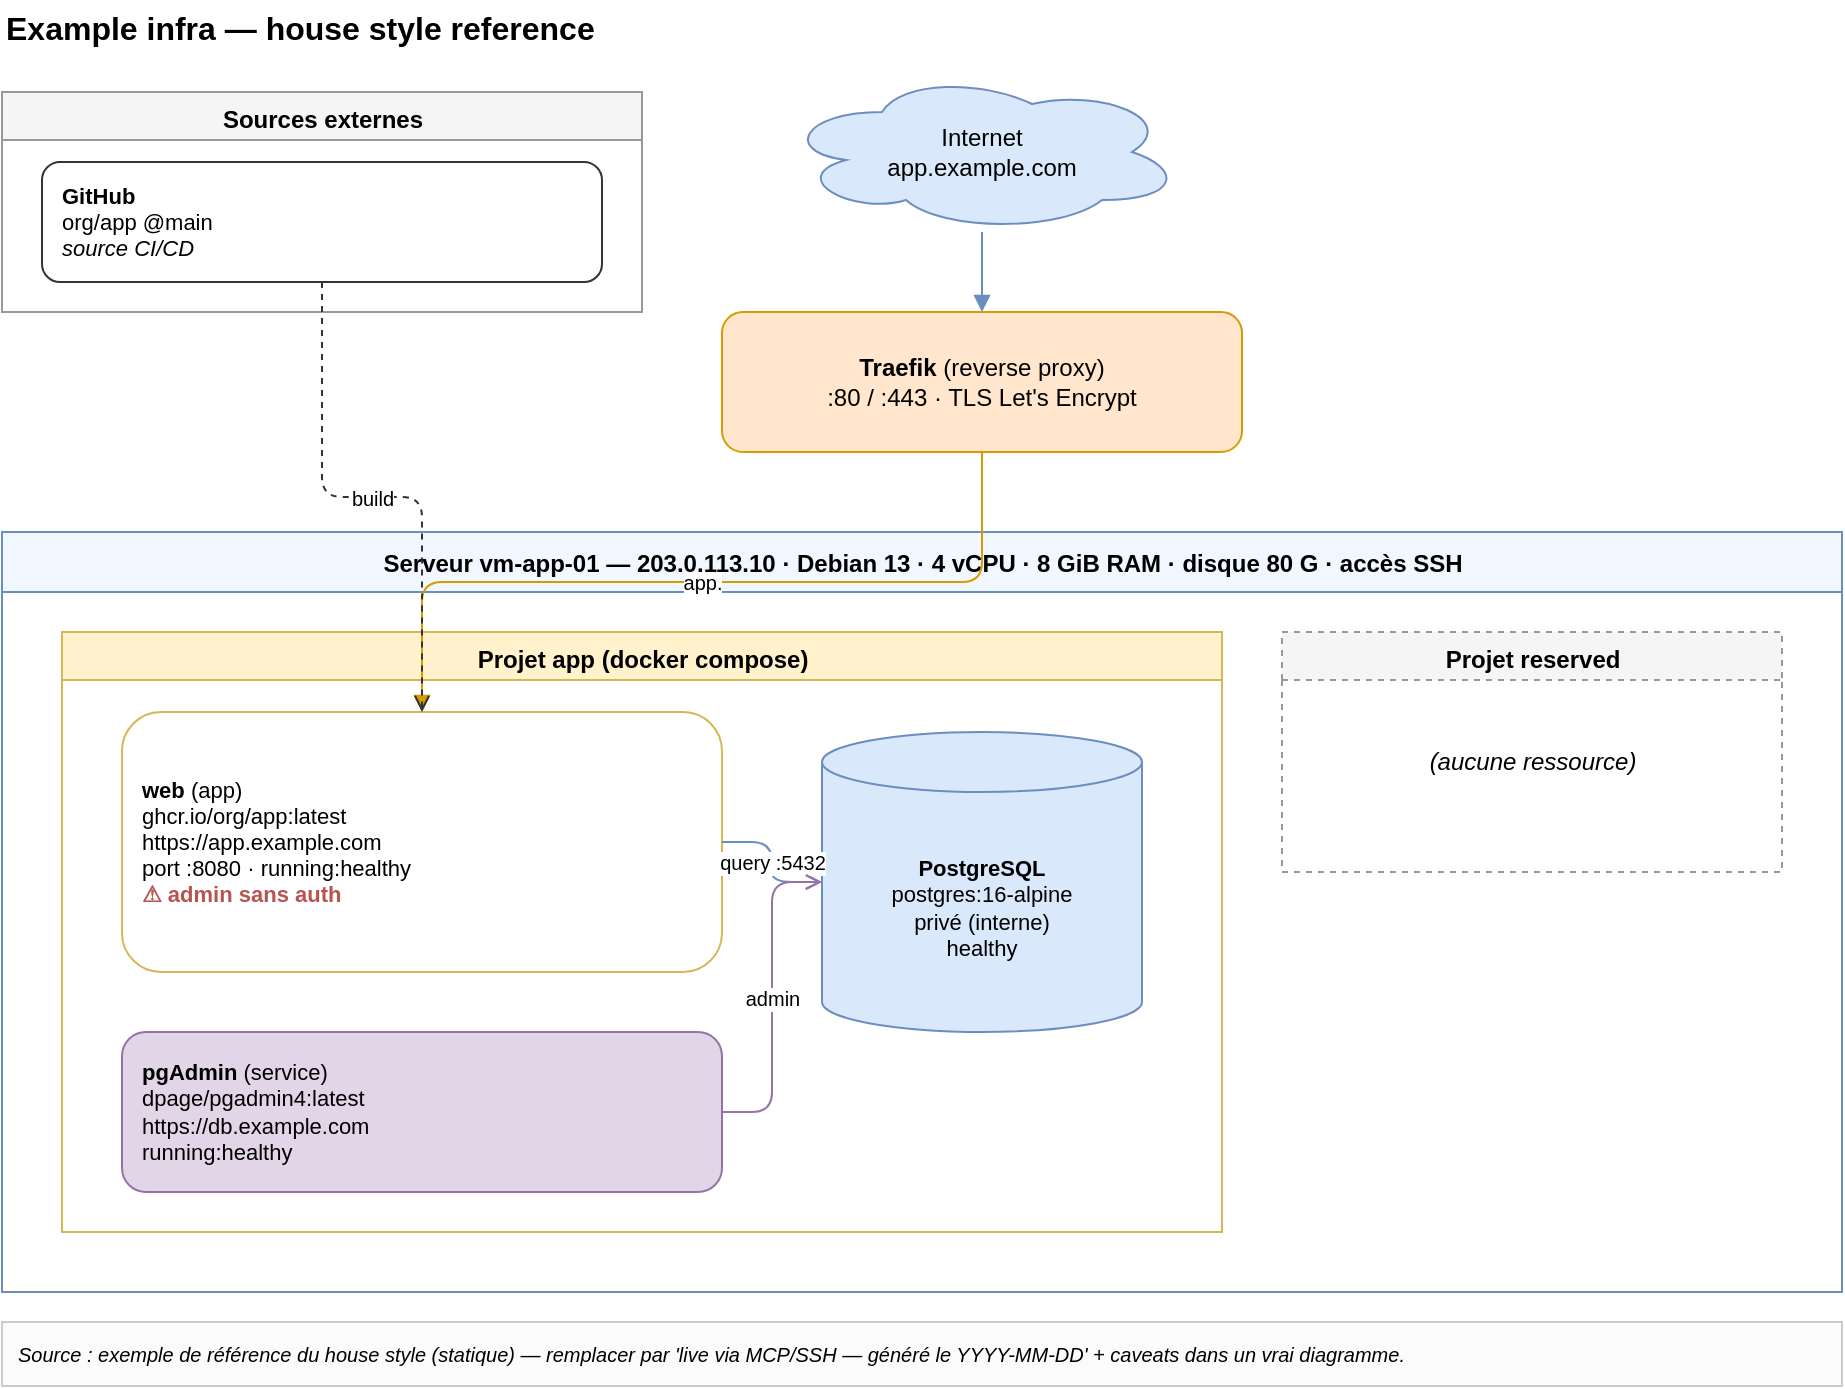
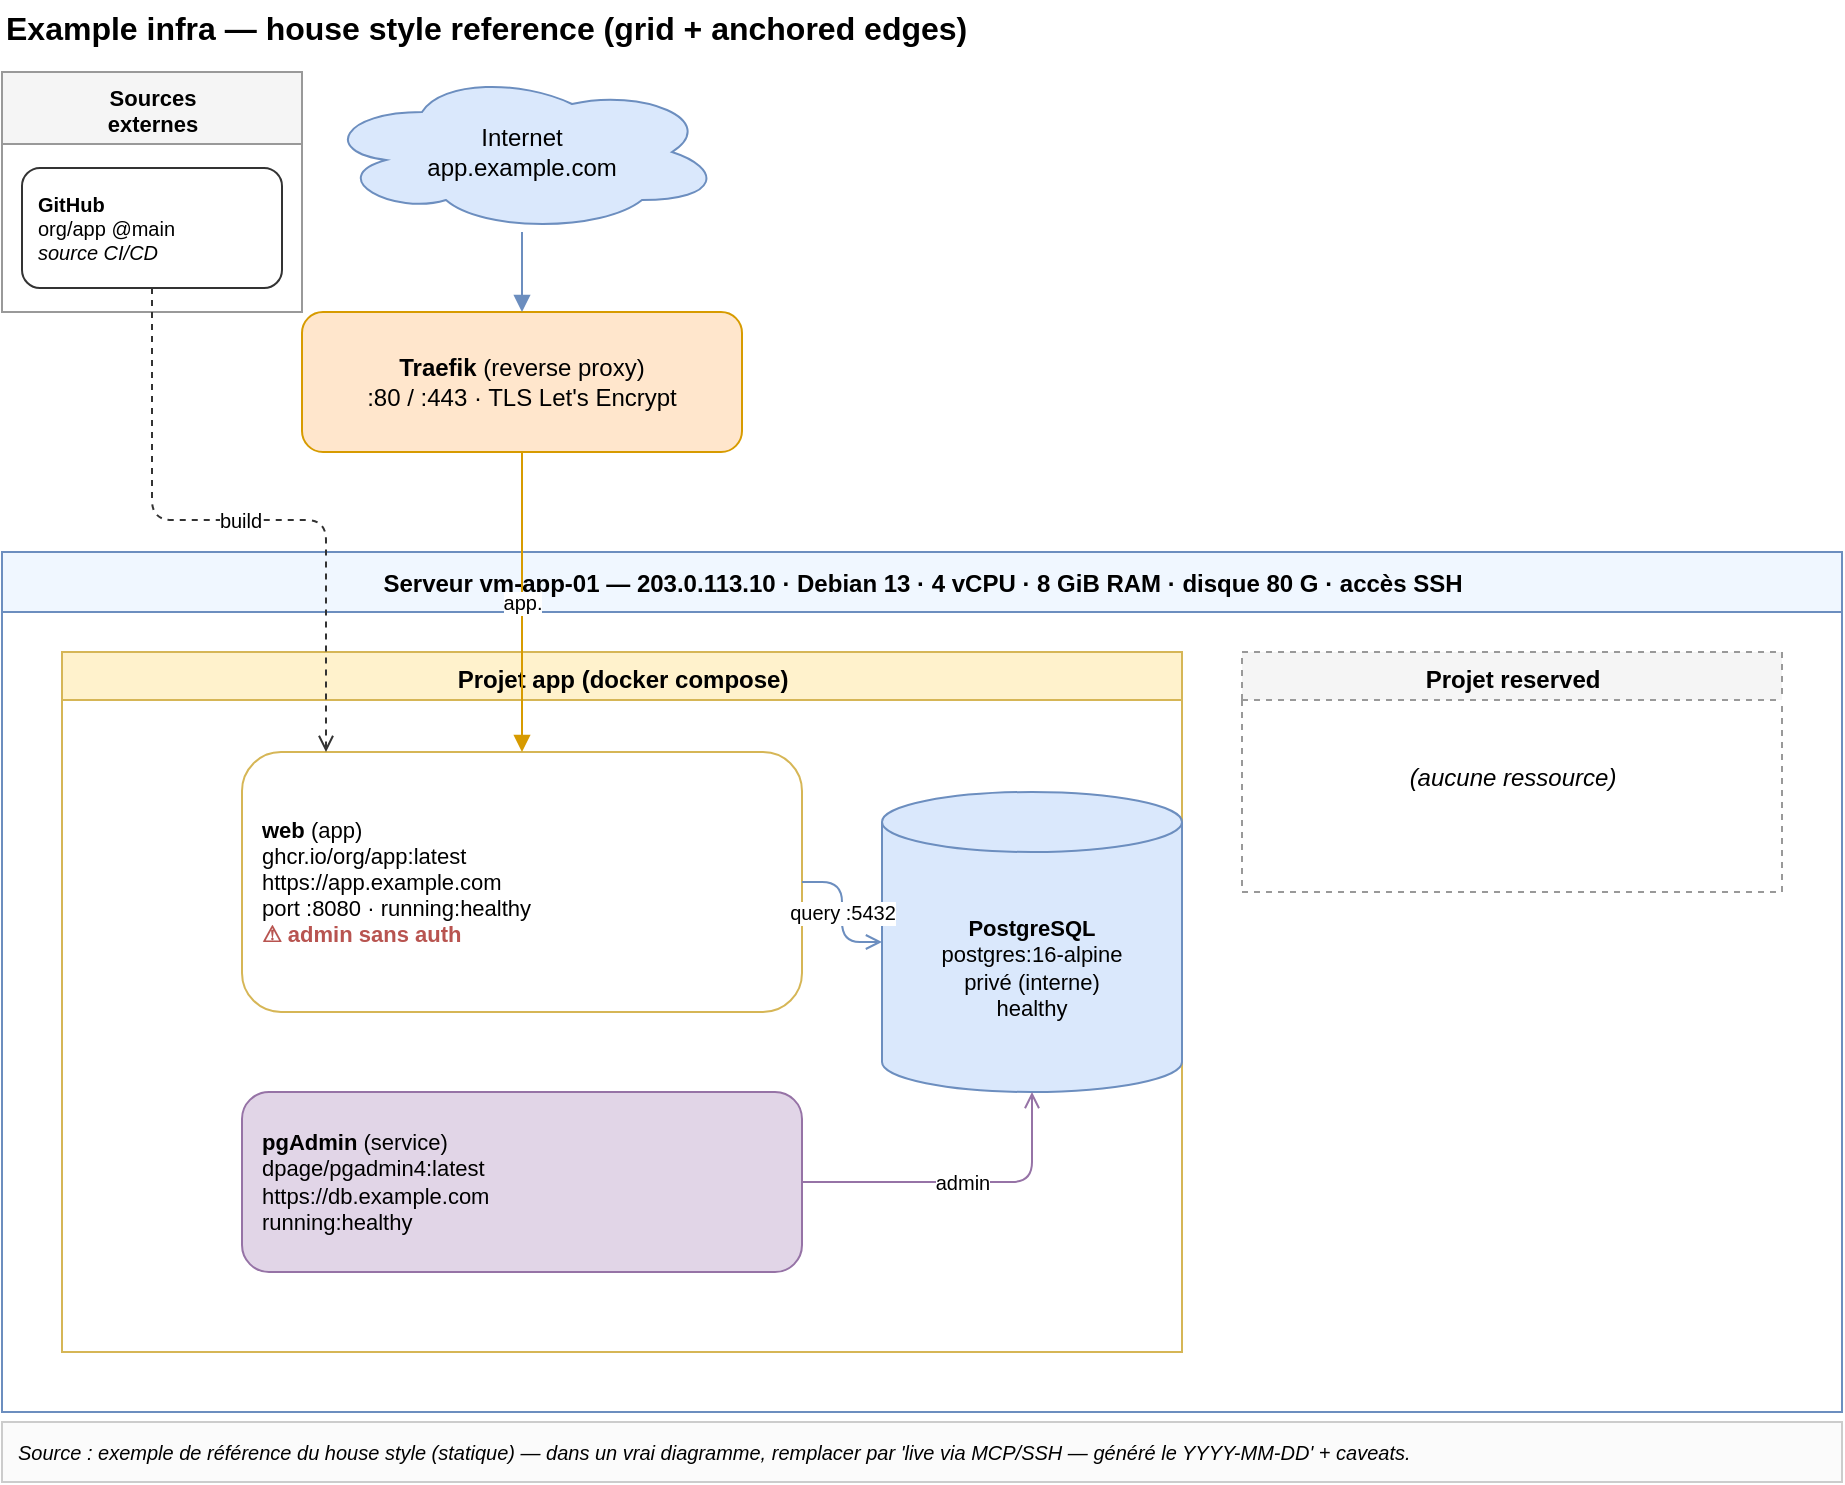
<mxfile host="app.diagrams.net" version="24.0.0" type="device">
  <diagram id="example-infra" name="Example infra (house style)">
-     <mxGraphModel dx="1000" dy="720" grid="1" gridSize="10" guides="1" arrows="1" page="1" pageScale="1" pageWidth="1000" pageHeight="720" math="0" shadow="0">
+     <mxGraphModel dx="1000" dy="760" grid="1" gridSize="10" guides="1" arrows="1" page="1" pageScale="1" pageWidth="1000" pageHeight="760" math="0" shadow="0">
      <root>
        <mxCell id="0" />
        <mxCell id="1" parent="0" />

-         <!-- Title (text, 16/bold, top-left) -->
-         <mxCell id="title" value="Example infra — &lt;b&gt;house style&lt;/b&gt; reference" style="text;html=1;strokeColor=none;fillColor=none;align=left;verticalAlign=middle;fontSize=16;fontStyle=1" vertex="1" parent="1">
-           <mxGeometry x="40" y="14" width="600" height="28" as="geometry" />
+         <!-- ===== Title ===== -->
+         <mxCell id="title" value="Example infra — &lt;b&gt;house style&lt;/b&gt; reference (grid + anchored edges)" style="text;html=1;strokeColor=none;fillColor=none;align=left;verticalAlign=middle;fontSize=16;fontStyle=1" vertex="1" parent="1">
+           <mxGeometry x="40" y="14" width="720" height="28" as="geometry" />
        </mxCell>

-         <!-- Ingress: Internet cloud at the top -->
+         <!-- ===== GRID =====
+              Flow spine = center column x=300 (Internet, proxy, app, svc all centered here).
+              Storage column to the RIGHT (db). Feeds (git) to the LEFT.
+              Rows: internet y=50, proxy y=170, host y=290, app y=390, svc y=560. -->
+ 
+         <!-- Ingress cloud — spine, centered x=300 -->
        <mxCell id="internet" value="Internet&lt;br&gt;app.example.com" style="ellipse;shape=cloud;whiteSpace=wrap;html=1;fillColor=#dae8fc;strokeColor=#6c8ebf;fontSize=12" vertex="1" parent="1">
-           <mxGeometry x="430" y="50" width="200" height="80" as="geometry" />
+           <mxGeometry x="200" y="50" width="200" height="80" as="geometry" />
        </mxCell>

-         <!-- External sources swimlane (top-left) -->
-         <mxCell id="ext" value="Sources externes" style="swimlane;startSize=24;html=1;fillColor=#f5f5f5;strokeColor=#999999;fontSize=12;fontStyle=1;verticalAlign=top" vertex="1" parent="1">
-           <mxGeometry x="40" y="60" width="320" height="110" as="geometry" />
+         <!-- External sources swimlane — left of the spine -->
+         <mxCell id="ext" value="Sources&lt;br&gt;externes" style="swimlane;startSize=36;html=1;fillColor=#f5f5f5;strokeColor=#999999;fontSize=11;fontStyle=1;verticalAlign=top;align=center" vertex="1" parent="1">
+           <mxGeometry x="40" y="50" width="150" height="120" as="geometry" />
        </mxCell>
-         <mxCell id="git" value="&lt;b&gt;GitHub&lt;/b&gt;&lt;br&gt;org/app @main&lt;br&gt;&lt;i&gt;source CI/CD&lt;/i&gt;" style="rounded=1;whiteSpace=wrap;html=1;fillColor=#ffffff;strokeColor=#333333;fontSize=11;align=left;spacingLeft=8" vertex="1" parent="1">
-           <mxGeometry x="60" y="95" width="280" height="60" as="geometry" />
+         <mxCell id="git" value="&lt;b&gt;GitHub&lt;/b&gt;&lt;br&gt;org/app @main&lt;br&gt;&lt;i&gt;source CI/CD&lt;/i&gt;" style="rounded=1;whiteSpace=wrap;html=1;fillColor=#ffffff;strokeColor=#333333;fontSize=10;align=left;spacingLeft=6" vertex="1" parent="1">
+           <mxGeometry x="50" y="98" width="130" height="60" as="geometry" />
        </mxCell>

-         <!-- Ingress / reverse proxy (orange) -->
+         <!-- Reverse proxy (orange) — spine, centered x=300 -->
        <mxCell id="proxy" value="&lt;b&gt;Traefik&lt;/b&gt; (reverse proxy)&lt;br&gt;:80 / :443 · TLS Let's Encrypt" style="rounded=1;whiteSpace=wrap;html=1;fillColor=#ffe6cc;strokeColor=#d79b00;fontSize=12" vertex="1" parent="1">
-           <mxGeometry x="400" y="170" width="260" height="70" as="geometry" />
+           <mxGeometry x="190" y="170" width="220" height="70" as="geometry" />
        </mxCell>

-         <!-- Host swimlane (per trust boundary) -->
+         <!-- Host swimlane -->
        <mxCell id="host" value="Serveur &lt;b&gt;vm-app-01&lt;/b&gt; — 203.0.113.10 · Debian 13 · 4 vCPU · 8 GiB RAM · disque 80 G · accès SSH" style="swimlane;startSize=30;html=1;fillColor=#f0f7ff;strokeColor=#6c8ebf;fontSize=12;fontStyle=1;verticalAlign=top;spacing=4" vertex="1" parent="1">
-           <mxGeometry x="40" y="280" width="920" height="380" as="geometry" />
+           <mxGeometry x="40" y="290" width="920" height="430" as="geometry" />
        </mxCell>

-         <!-- Nested project swimlane (one hue per project) -->
+         <!-- Nested project swimlane (yellow) -->
        <mxCell id="proj" value="Projet &lt;b&gt;app&lt;/b&gt; (docker compose)" style="swimlane;startSize=24;html=1;fillColor=#fff2cc;strokeColor=#d6b656;fontSize=12;fontStyle=1;verticalAlign=top" vertex="1" parent="1">
-           <mxGeometry x="70" y="330" width="580" height="300" as="geometry" />
+           <mxGeometry x="70" y="340" width="560" height="350" as="geometry" />
        </mxCell>
-         <!-- Application box (white + group stroke, content recipe) -->
+         <!-- App box — spine, centered x=300 (160+280/2) -->
        <mxCell id="app" value="&lt;b&gt;web&lt;/b&gt; (app)&lt;br&gt;ghcr.io/org/app:latest&lt;br&gt;https://app.example.com&lt;br&gt;port :8080 · running:healthy&lt;br&gt;&lt;font color=#b85450&gt;&lt;b&gt;⚠ admin sans auth&lt;/b&gt;&lt;/font&gt;" style="rounded=1;whiteSpace=wrap;html=1;fillColor=#ffffff;strokeColor=#d6b656;fontSize=11;align=left;spacingLeft=8" vertex="1" parent="1">
-           <mxGeometry x="100" y="370" width="300" height="130" as="geometry" />
+           <mxGeometry x="160" y="390" width="280" height="130" as="geometry" />
        </mxCell>
-         <!-- Service / admin tool (purple) -->
+         <!-- Service (purple) — spine, directly below app -->
        <mxCell id="svc" value="&lt;b&gt;pgAdmin&lt;/b&gt; (service)&lt;br&gt;dpage/pgadmin4:latest&lt;br&gt;https://db.example.com&lt;br&gt;running:healthy" style="rounded=1;whiteSpace=wrap;html=1;fillColor=#e1d5e7;strokeColor=#9673a6;fontSize=11;align=left;spacingLeft=8" vertex="1" parent="1">
-           <mxGeometry x="100" y="530" width="300" height="80" as="geometry" />
+           <mxGeometry x="160" y="560" width="280" height="90" as="geometry" />
        </mxCell>
-         <!-- Database (blue cylinder) -->
+         <!-- Database (blue cylinder) — storage column, right of the spine -->
        <mxCell id="db" value="&lt;b&gt;PostgreSQL&lt;/b&gt;&lt;br&gt;postgres:16-alpine&lt;br&gt;privé (interne)&lt;br&gt;healthy" style="shape=cylinder3;whiteSpace=wrap;html=1;fillColor=#dae8fc;strokeColor=#6c8ebf;fontSize=11;boundedLbl=1" vertex="1" parent="1">
-           <mxGeometry x="450" y="380" width="160" height="150" as="geometry" />
+           <mxGeometry x="480" y="410" width="150" height="150" as="geometry" />
        </mxCell>

-         <!-- Empty / placeholder group (grey dashed) -->
+         <!-- Placeholder group (grey dashed) — right column inside host -->
        <mxCell id="proj2" value="Projet &lt;b&gt;reserved&lt;/b&gt;" style="swimlane;startSize=24;html=1;fillColor=#f5f5f5;strokeColor=#999999;fontSize=12;fontStyle=1;verticalAlign=top;dashed=1" vertex="1" parent="1">
-           <mxGeometry x="680" y="330" width="250" height="120" as="geometry" />
+           <mxGeometry x="660" y="340" width="270" height="120" as="geometry" />
        </mxCell>
        <mxCell id="empty" value="(aucune ressource)" style="text;html=1;strokeColor=none;fillColor=none;align=center;verticalAlign=middle;fontSize=12;fontStyle=2" vertex="1" parent="1">
-           <mxGeometry x="700" y="380" width="210" height="30" as="geometry" />
+           <mxGeometry x="680" y="388" width="230" height="30" as="geometry" />
        </mxCell>

-         <!-- Edges: traffic (block, orange), dependency (open), external feed (dashed) -->
-         <mxCell id="e-int-proxy" style="edgeStyle=orthogonalEdgeStyle;rounded=1;html=1;endArrow=block;strokeColor=#6c8ebf" edge="1" parent="1" source="internet" target="proxy">
+         <!-- ===== Edges: EVERY edge carries explicit exit/entry anchors ===== -->
+         <!-- Spine, down: bottom-center -> top-center -->
+         <mxCell id="e-int-proxy" style="edgeStyle=orthogonalEdgeStyle;rounded=1;html=1;jettySize=auto;endArrow=block;strokeColor=#6c8ebf;exitX=0.5;exitY=1;exitDx=0;exitDy=0;entryX=0.5;entryY=0;entryDx=0;entryDy=0" edge="1" parent="1" source="internet" target="proxy">
          <mxGeometry relative="1" as="geometry" />
        </mxCell>
-         <mxCell id="e-proxy-app" value="app." style="edgeStyle=orthogonalEdgeStyle;rounded=1;html=1;endArrow=block;strokeColor=#d79b00;fontSize=10" edge="1" parent="1" source="proxy" target="app">
+         <mxCell id="e-proxy-app" value="app." style="edgeStyle=orthogonalEdgeStyle;rounded=1;html=1;jettySize=auto;endArrow=block;strokeColor=#d79b00;fontSize=10;exitX=0.5;exitY=1;exitDx=0;exitDy=0;entryX=0.5;entryY=0;entryDx=0;entryDy=0" edge="1" parent="1" source="proxy" target="app">
          <mxGeometry relative="1" as="geometry" />
        </mxCell>
-         <mxCell id="e-app-db" value="query :5432" style="edgeStyle=orthogonalEdgeStyle;rounded=1;html=1;endArrow=open;strokeColor=#6c8ebf;fontSize=10" edge="1" parent="1" source="app" target="db">
+         <!-- Dependency, side-to-side (same row): right-mid -> left-mid -->
+         <mxCell id="e-app-db" value="query :5432" style="edgeStyle=orthogonalEdgeStyle;rounded=1;html=1;jettySize=auto;endArrow=open;strokeColor=#6c8ebf;fontSize=10;exitX=1;exitY=0.5;exitDx=0;exitDy=0;entryX=0;entryY=0.5;entryDx=0;entryDy=0" edge="1" parent="1" source="app" target="db">
          <mxGeometry relative="1" as="geometry" />
        </mxCell>
-         <mxCell id="e-svc-db" value="admin" style="edgeStyle=orthogonalEdgeStyle;rounded=1;html=1;endArrow=open;strokeColor=#9673a6;fontSize=10" edge="1" parent="1" source="svc" target="db">
-           <mxGeometry relative="1" as="geometry" />
+         <!-- Dependency, around the corner: svc right-mid -> db bottom-center, with a waypoint -->
+         <mxCell id="e-svc-db" value="admin" style="edgeStyle=orthogonalEdgeStyle;rounded=1;html=1;jettySize=auto;endArrow=open;strokeColor=#9673a6;fontSize=10;exitX=1;exitY=0.5;exitDx=0;exitDy=0;entryX=0.5;entryY=1;entryDx=0;entryDy=0" edge="1" parent="1" source="svc" target="db">
+           <mxGeometry relative="1" as="geometry">
+             <Array as="points"><mxPoint x="555" y="605" /></Array>
+           </mxGeometry>
        </mxCell>
-         <mxCell id="e-git-app" value="build" style="edgeStyle=orthogonalEdgeStyle;rounded=1;html=1;dashed=1;endArrow=open;strokeColor=#333333;fontSize=10" edge="1" parent="1" source="git" target="app">
+         <!-- External feed, dashed: git bottom -> app top-left (offset entry so it never collides with the spine edge) -->
+         <mxCell id="e-git-app" value="build" style="edgeStyle=orthogonalEdgeStyle;rounded=1;html=1;jettySize=auto;dashed=1;endArrow=open;strokeColor=#333333;fontSize=10;exitX=0.5;exitY=1;exitDx=0;exitDy=0;entryX=0.15;entryY=0;entryDx=0;entryDy=0" edge="1" parent="1" source="git" target="app">
          <mxGeometry relative="1" as="geometry" />
        </mxCell>

-         <!-- Credit / source box (bottom) -->
-         <mxCell id="credit" value="Source : exemple de référence du house style (statique) — remplacer par 'live via MCP/SSH — généré le YYYY-MM-DD' + caveats dans un vrai diagramme." style="text;html=1;strokeColor=#cccccc;fillColor=#fbfbfb;align=left;verticalAlign=middle;fontSize=10;fontStyle=2;spacingLeft=6" vertex="1" parent="1">
-           <mxGeometry x="40" y="675" width="920" height="32" as="geometry" />
+         <!-- ===== Credit / source box (bottom) ===== -->
+         <mxCell id="credit" value="Source : exemple de référence du house style (statique) — dans un vrai diagramme, remplacer par 'live via MCP/SSH — généré le YYYY-MM-DD' + caveats." style="text;html=1;strokeColor=#cccccc;fillColor=#fbfbfb;align=left;verticalAlign=middle;fontSize=10;fontStyle=2;spacingLeft=6" vertex="1" parent="1">
+           <mxGeometry x="40" y="725" width="920" height="30" as="geometry" />
        </mxCell>

      </root>
    </mxGraphModel>
  </diagram>
</mxfile>
